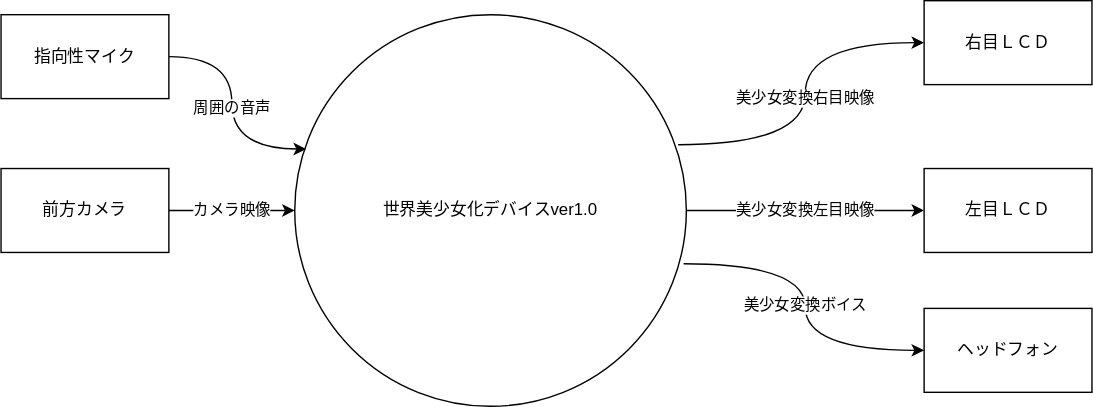
Above: 人類ギャルゲー化計画/images/context.drawio.svg in gakutosasabe/HearExpansion (draw.io), before the change. Source tidied: cells renumbered, new cells last; positions are measured from the earlier drawing's top-left corner, leaving out a move shared by most shapes.
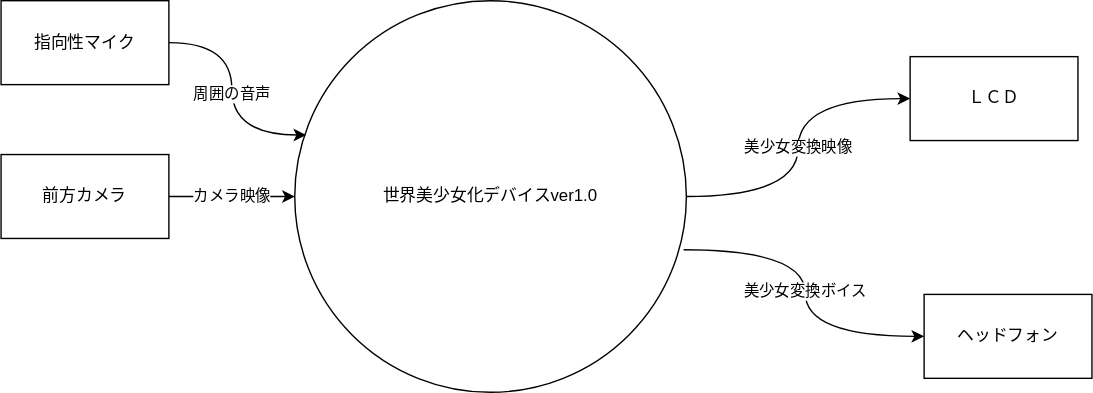
After the commit.

What changed in the source:
```diff
@@ -2,10 +2,7 @@
   <root>
     <mxCell id="0" />
     <mxCell id="1" parent="0" />
-    <mxCell id="2" value="美少女変換右目映像" style="edgeStyle=orthogonalEdgeStyle;curved=1;html=1;entryX=0;entryY=0.5;entryDx=0;entryDy=0;exitX=0.979;exitY=0.332;exitDx=0;exitDy=0;exitPerimeter=0;" parent="1" edge="1" source="5" target="10">
-      <mxGeometry relative="1" as="geometry" />
-    </mxCell>
-    <mxCell id="3" value="美少女変換左目映像" style="edgeStyle=orthogonalEdgeStyle;curved=1;html=1;entryX=0;entryY=0.5;entryDx=0;entryDy=0;" parent="1" edge="1" source="5" target="11">
+    <mxCell id="3" value="美少女変換映像" style="edgeStyle=orthogonalEdgeStyle;curved=1;html=1;entryX=0;entryY=0.5;entryDx=0;entryDy=0;" parent="1" edge="1" source="5" target="11">
       <mxGeometry relative="1" as="geometry" />
     </mxCell>
     <mxCell id="4" value="美少女変換ボイス" style="edgeStyle=orthogonalEdgeStyle;curved=1;html=1;exitX=0.993;exitY=0.636;exitDx=0;exitDy=0;exitPerimeter=0;" parent="1" edge="1" source="5" target="12">
@@ -26,11 +23,8 @@
     <mxCell id="9" value="前方カメラ" style="rounded=0;whiteSpace=wrap;html=1;" parent="1" vertex="1">
       <mxGeometry y="120" width="120" height="60" as="geometry" />
     </mxCell>
-    <mxCell id="10" value="右目ＬＣＤ" style="rounded=0;whiteSpace=wrap;html=1;" parent="1" vertex="1">
-      <mxGeometry x="660" width="120" height="60" as="geometry" />
-    </mxCell>
-    <mxCell id="11" value="左目ＬＣＤ" style="rounded=0;whiteSpace=wrap;html=1;" parent="1" vertex="1">
-      <mxGeometry x="660" y="120" width="120" height="60" as="geometry" />
+    <mxCell id="11" value="ＬＣＤ" style="rounded=0;whiteSpace=wrap;html=1;" parent="1" vertex="1">
+      <mxGeometry x="650" y="50" width="120" height="60" as="geometry" />
     </mxCell>
     <mxCell id="12" value="ヘッドフォン" style="rounded=0;whiteSpace=wrap;html=1;" parent="1" vertex="1">
       <mxGeometry x="660" y="220" width="120" height="60" as="geometry" />
```
